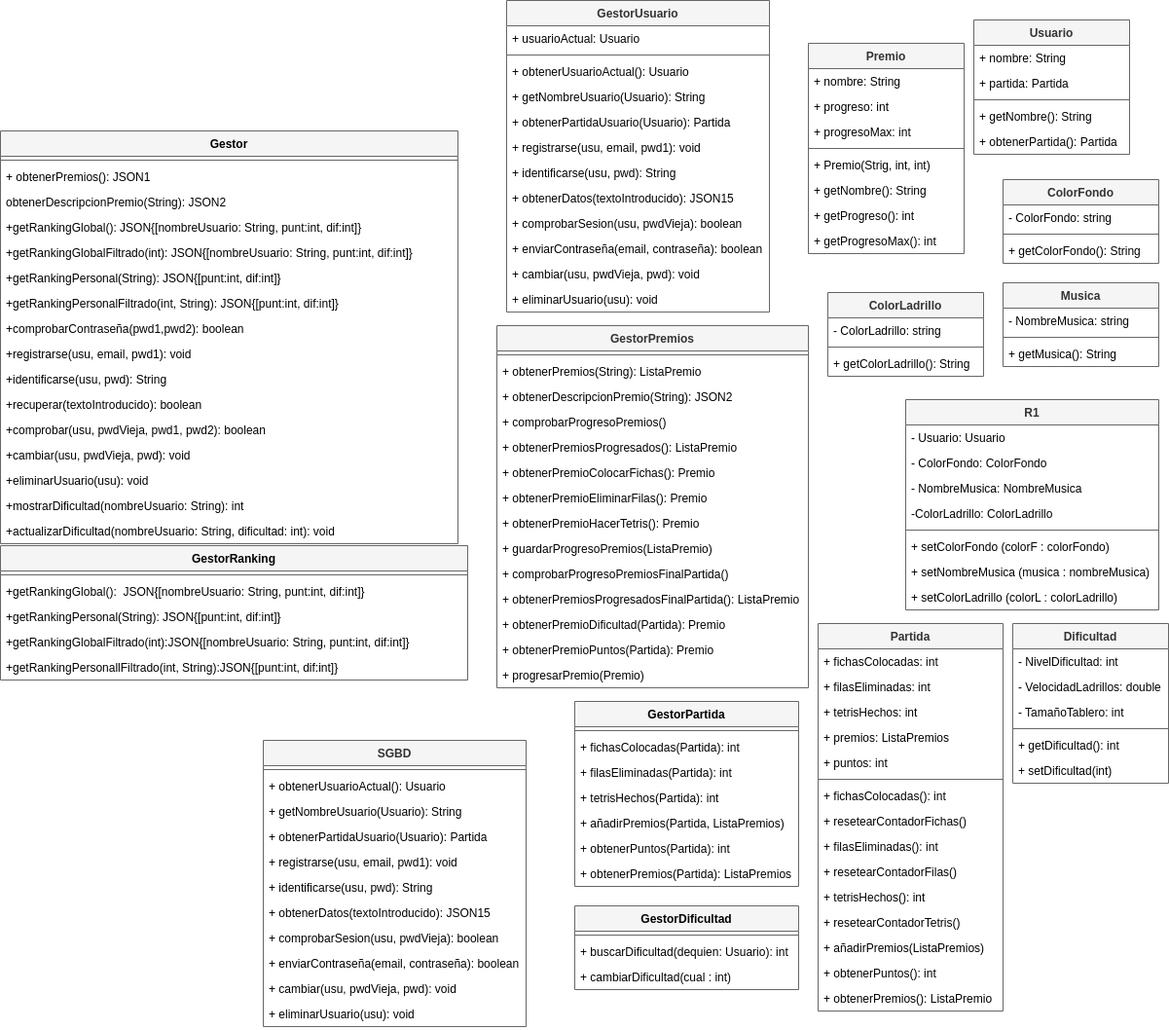
Above: documentacion/funcionalidad 6/dclases6.png in mikel-egana-aranguren/ADSI-22-23-Tetris (draw.io), before the change. Source tidied: cells renumbered, new cells last; positions are measured from the earlier drawing's top-left corner, leaving out a move shared by most shapes.
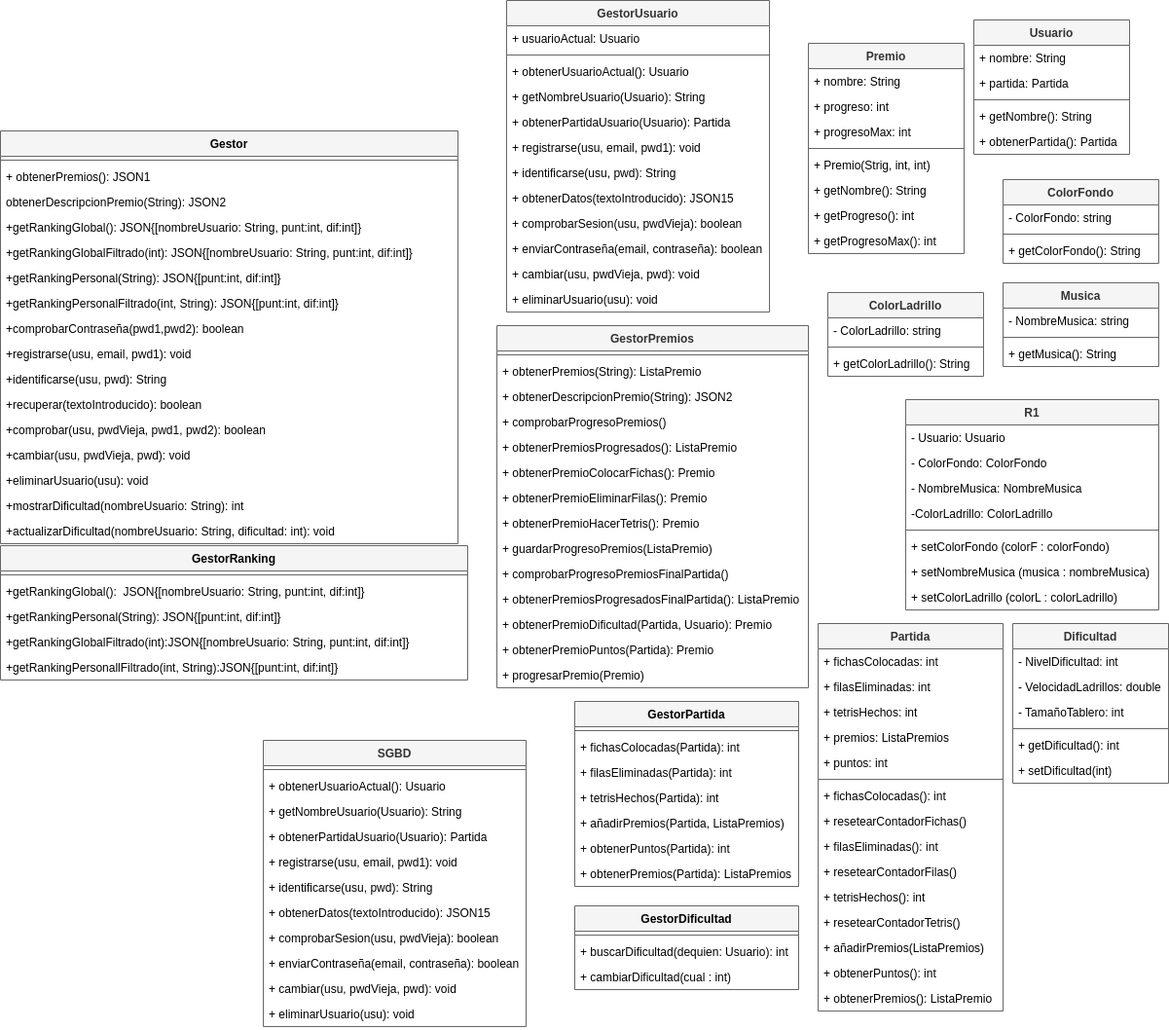
The same diagram one commit later.

Commit message:
ups, faltaba algo

What changed in the source:
```diff
@@ -146,7 +146,7 @@
     <mxCell id="49" value="+ obtenerPremiosProgresadosFinalPartida(): ListaPremio" style="text;strokeColor=none;fillColor=none;align=left;verticalAlign=top;spacingLeft=4;spacingRight=4;overflow=hidden;fontColor=#000000;" parent="38" vertex="1">
       <mxGeometry y="268" width="320" height="26" as="geometry" />
     </mxCell>
-    <mxCell id="50" value="+ obtenerPremioDificultad(Partida): Premio" style="text;strokeColor=none;fillColor=none;align=left;verticalAlign=top;spacingLeft=4;spacingRight=4;overflow=hidden;fontColor=#000000;" parent="38" vertex="1">
+    <mxCell id="50" value="+ obtenerPremioDificultad(Partida, Usuario): Premio" style="text;strokeColor=none;fillColor=none;align=left;verticalAlign=top;spacingLeft=4;spacingRight=4;overflow=hidden;fontColor=#000000;" parent="38" vertex="1">
       <mxGeometry y="294" width="320" height="26" as="geometry" />
     </mxCell>
     <mxCell id="51" value="+ obtenerPremioPuntos(Partida): Premio" style="text;strokeColor=none;fillColor=none;align=left;verticalAlign=top;spacingLeft=4;spacingRight=4;overflow=hidden;fontColor=#000000;" parent="38" vertex="1">
```
